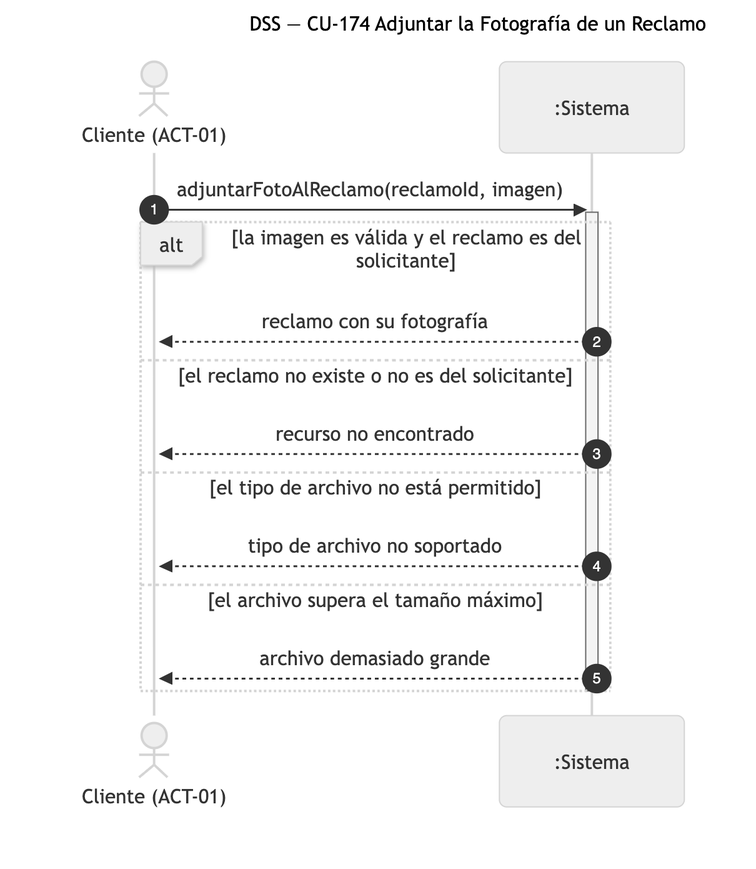
Above: diagramas/png/DSS_CU-174_Adjuntar-la-Fotografia-de-un-Reclamo.png in Nahuelito-Dev/splg-docs (Mermaid), before the change. Its source is kept beside it as diagramas/DSS_CU-174_Adjuntar-la-Fotografia-de-un-Reclamo.mmd.
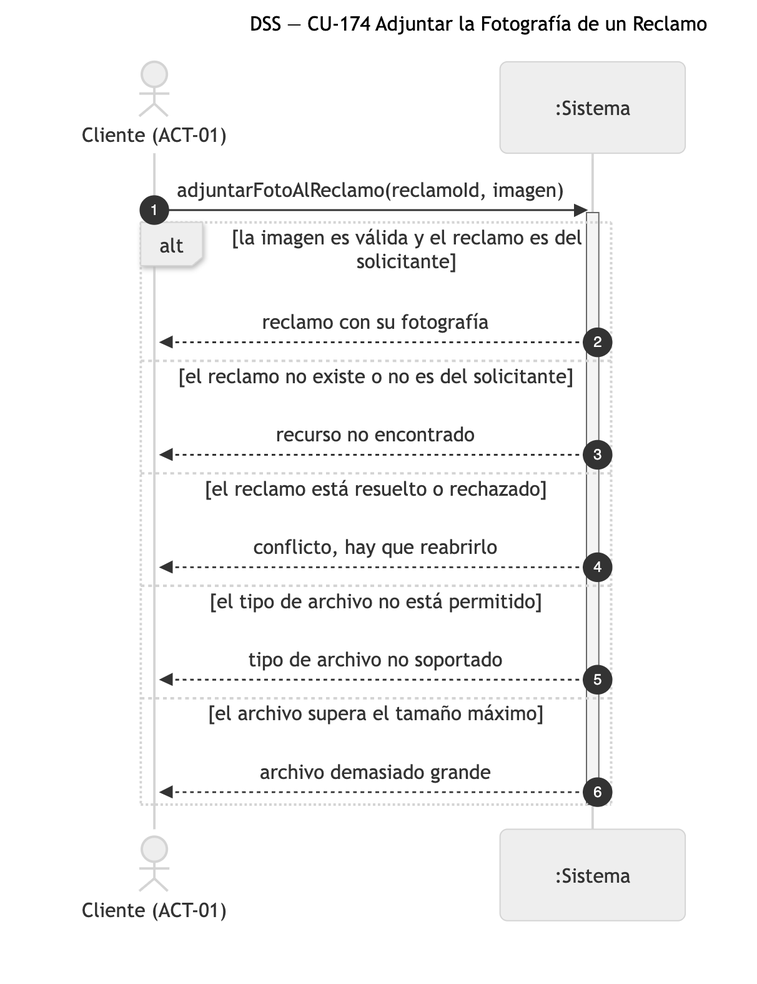
After the commit.

Diff of the diagram source:
```diff
@@ -10,6 +10,8 @@
         SIS-->>CLI: reclamo con su fotografía
     else el reclamo no existe o no es del solicitante
         SIS-->>CLI: recurso no encontrado
+    else el reclamo está resuelto o rechazado
+        SIS-->>CLI: conflicto, hay que reabrirlo
     else el tipo de archivo no está permitido
         SIS-->>CLI: tipo de archivo no soportado
     else el archivo supera el tamaño máximo
```
